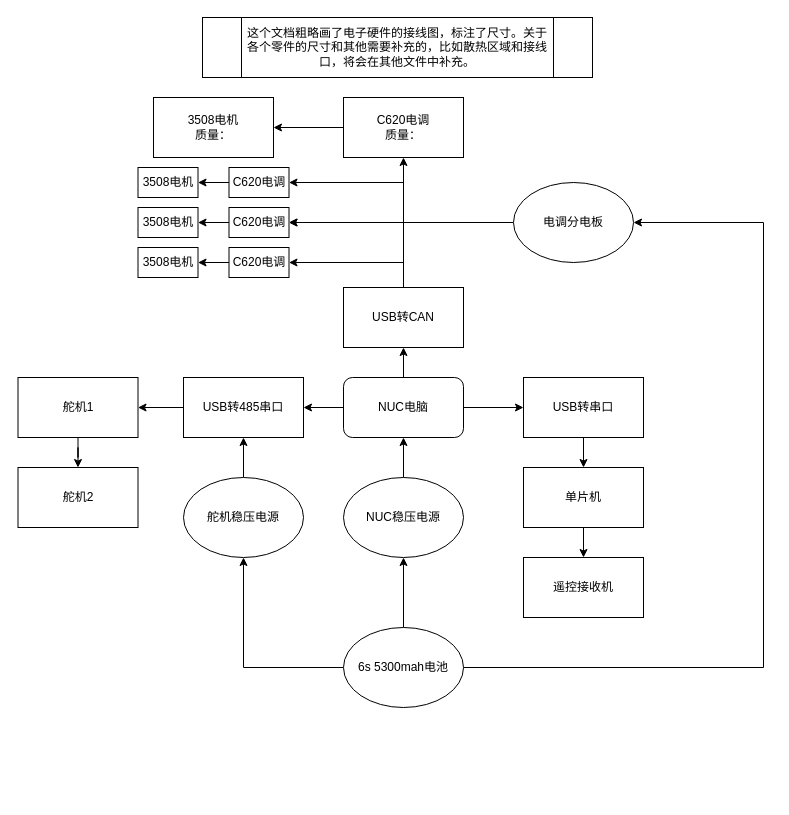
Earlier version of the draw.io diagram block_diagram/Ele_HW.drawio (BigBillZhao/ROMA-Car). Source tidied: cells renumbered, new cells numbered last; positions are measured from the earlier drawing's top-left corner, leaving out a move shared by most shapes. Both pictures are drawn from the tidied source at 100%, with x=0, y=0 at pixel (17, 17).
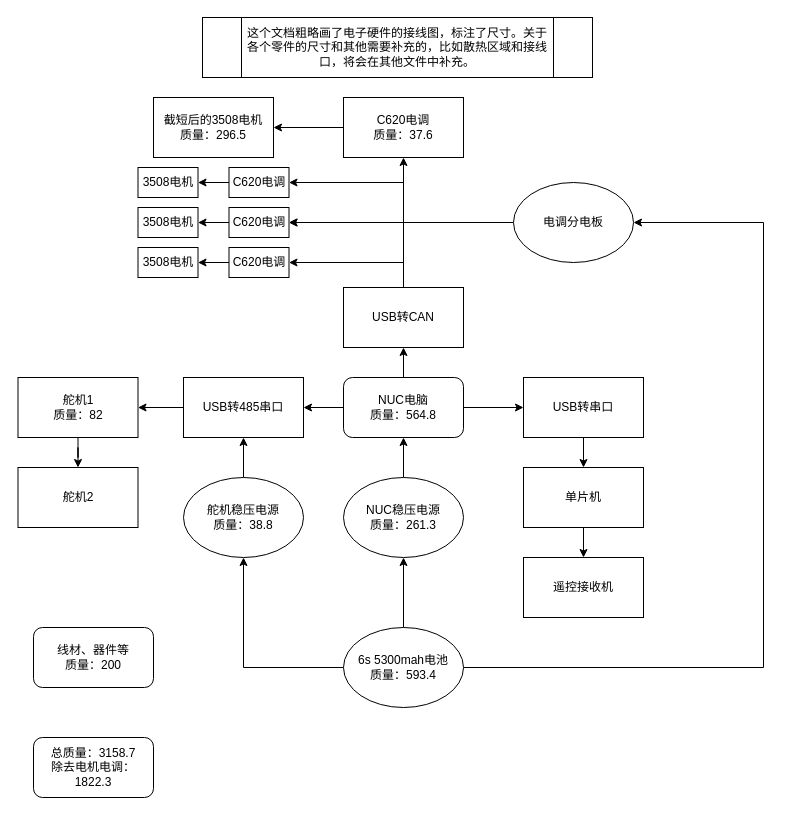
After the change.

What changed in the source:
```diff
@@
-    <mxCell id="2" value="3508电机&lt;br&gt;质量：" style="rounded=0;whiteSpace=wrap;html=1;" parent="1" vertex="1">
+    <mxCell id="2" value="截短后的3508电机&lt;br&gt;质量：296.5" style="rounded=0;whiteSpace=wrap;html=1;" parent="1" vertex="1">
       <mxGeometry x="136" y="80" width="120" height="60" as="geometry" />
     </mxCell>
@@
-    <mxCell id="4" value="C620电调&lt;br&gt;质量：" style="whiteSpace=wrap;html=1;rounded=0;" parent="1" vertex="1">
+    <mxCell id="4" value="C620电调&lt;br&gt;质量：37.6" style="whiteSpace=wrap;html=1;rounded=0;" parent="1" vertex="1">
       <mxGeometry x="326" y="80" width="120" height="60" as="geometry" />
     </mxCell>
@@
-    <mxCell id="14" value="NUC电脑" style="rounded=1;whiteSpace=wrap;html=1;" parent="1" vertex="1">
+    <mxCell id="14" value="NUC电脑&lt;br&gt;质量：564.8" style="rounded=1;whiteSpace=wrap;html=1;" parent="1" vertex="1">
       <mxGeometry x="326" y="360" width="120" height="60" as="geometry" />
     </mxCell>
@@
-    <mxCell id="27" value="舵机1" style="rounded=0;whiteSpace=wrap;html=1;" parent="1" vertex="1">
+    <mxCell id="27" value="舵机1&lt;br&gt;质量：82" style="rounded=0;whiteSpace=wrap;html=1;" parent="1" vertex="1">
       <mxGeometry x="0.5" y="360" width="120" height="60" as="geometry" />
     </mxCell>
@@
-    <mxCell id="35" value="NUC稳压电源" style="ellipse;whiteSpace=wrap;html=1;" parent="1" vertex="1">
+    <mxCell id="35" value="NUC稳压电源&lt;br&gt;质量：261.3" style="ellipse;whiteSpace=wrap;html=1;" parent="1" vertex="1">
       <mxGeometry x="326" y="460" width="120" height="80" as="geometry" />
     </mxCell>
@@
-    <mxCell id="37" value="舵机稳压电源" style="ellipse;whiteSpace=wrap;html=1;" parent="1" vertex="1">
+    <mxCell id="37" value="舵机稳压电源&lt;br&gt;质量：38.8" style="ellipse;whiteSpace=wrap;html=1;" parent="1" vertex="1">
       <mxGeometry x="166" y="460" width="120" height="80" as="geometry" />
     </mxCell>
@@
-    <mxCell id="41" value="6s 5300mah电池" style="ellipse;whiteSpace=wrap;html=1;" parent="1" vertex="1">
+    <mxCell id="41" value="6s 5300mah电池&lt;br&gt;质量：593.4" style="ellipse;whiteSpace=wrap;html=1;" parent="1" vertex="1">
       <mxGeometry x="326" y="610" width="120" height="80" as="geometry" />
     </mxCell>
@@
+    <mxCell id="44" value="线材、器件等&lt;br&gt;质量：200" style="rounded=1;whiteSpace=wrap;html=1;" parent="1" vertex="1">
+      <mxGeometry x="16" y="610" width="120" height="60" as="geometry" />
+    </mxCell>
+    <mxCell id="45" value="总质量：3158.7&lt;br&gt;除去电机电调：1822.3" style="rounded=1;whiteSpace=wrap;html=1;" parent="1" vertex="1">
+      <mxGeometry x="16" y="720" width="120" height="60" as="geometry" />
+    </mxCell>
```
